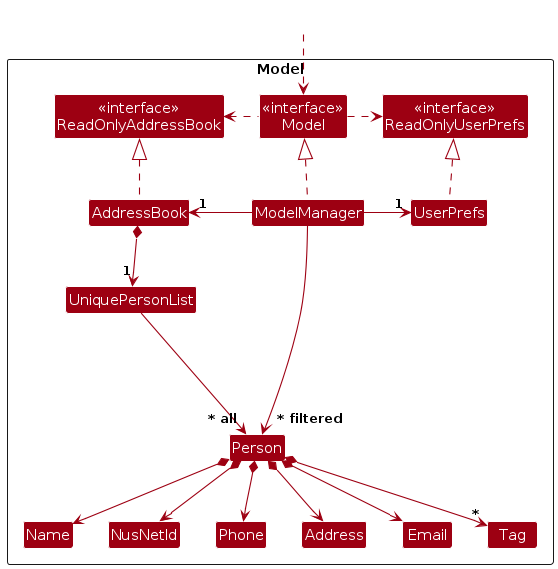
Before: diagrams/ModelClassDiagram.png, a diagram exported from PlantUML (ForAeons/tp). Its source is kept beside it as diagrams/ModelClassDiagram.puml.
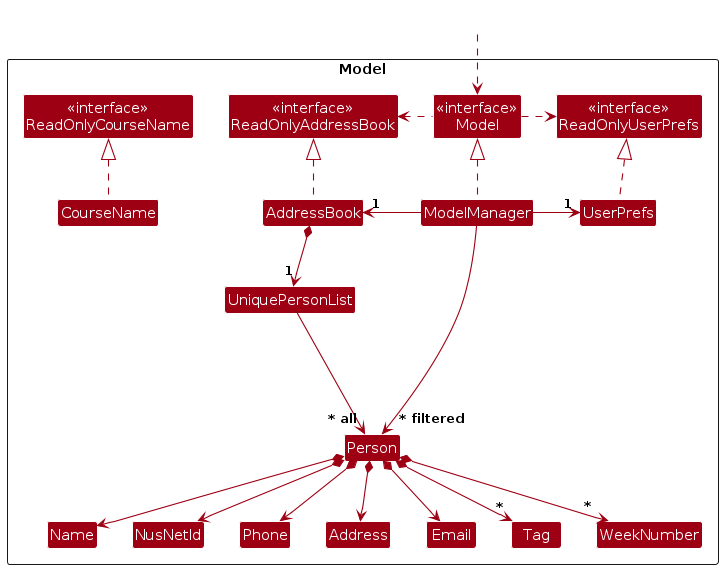
After the commit.

The edit, as a diff of the source:
```diff
@@ -7,10 +7,12 @@
 Package Model as ModelPackage <<Rectangle>>{
 Class "<<interface>>\nReadOnlyAddressBook" as ReadOnlyAddressBook
 Class "<<interface>>\nReadOnlyUserPrefs" as ReadOnlyUserPrefs
+Class "<<interface>>\nReadOnlyCourseName" as ReadOnlyCourseName
 Class "<<interface>>\nModel" as Model
 Class AddressBook
 Class ModelManager
 Class UserPrefs
+Class CourseName
 
 Class UniquePersonList
 Class Person
@@ -20,6 +22,8 @@
 Class Name
 Class Phone
 Class Tag
+Class WeekNumber
+
 
 Class I #FFFFFF
 }
@@ -28,6 +32,7 @@
 HiddenOutside ..> Model
 
 AddressBook .up.|> ReadOnlyAddressBook
+CourseName .up.|> ReadOnlyCourseName
 
 ModelManager .up.|> Model
 Model .right.> ReadOnlyUserPrefs
@@ -44,6 +49,7 @@
 Person *--> Email
 Person *--> Address
 Person *--> "*" Tag
+Person *--> "*" WeekNumber
 
 Person -[hidden]up--> I
 UniquePersonList -[hidden]right-> I
```
